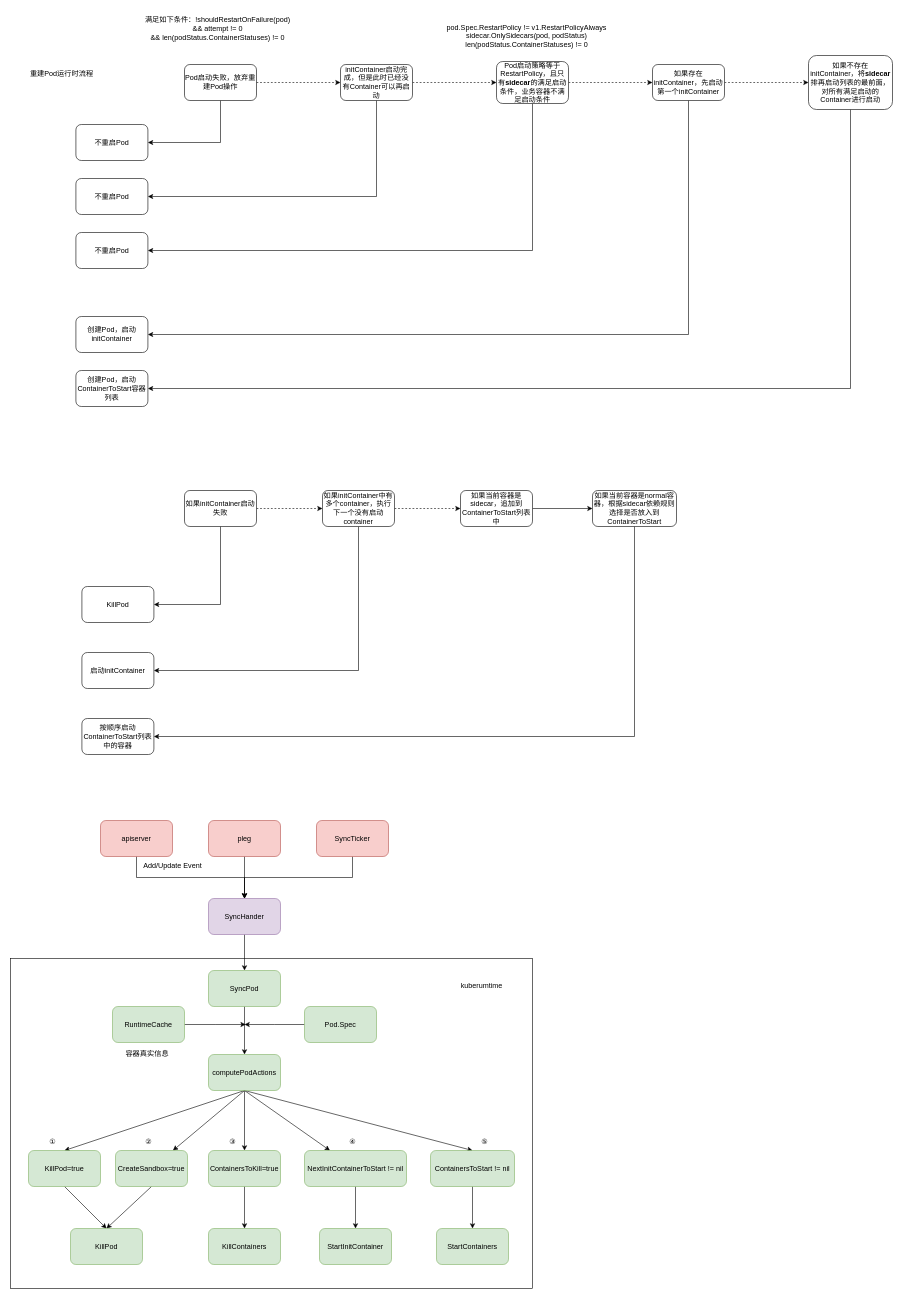
Earlier version of the draw.io diagram page "sidecar整改" (9 of 9) of kubelet/kubelet.drawio (jingrenzhou/drawio). Source tidied: cells renumbered, new cells numbered last; positions are measured from the earlier drawing's top-left corner, leaving out a move shared by most shapes. Both pictures are drawn from the tidied source at 60%, with x=0, y=0 at pixel (10, 10).
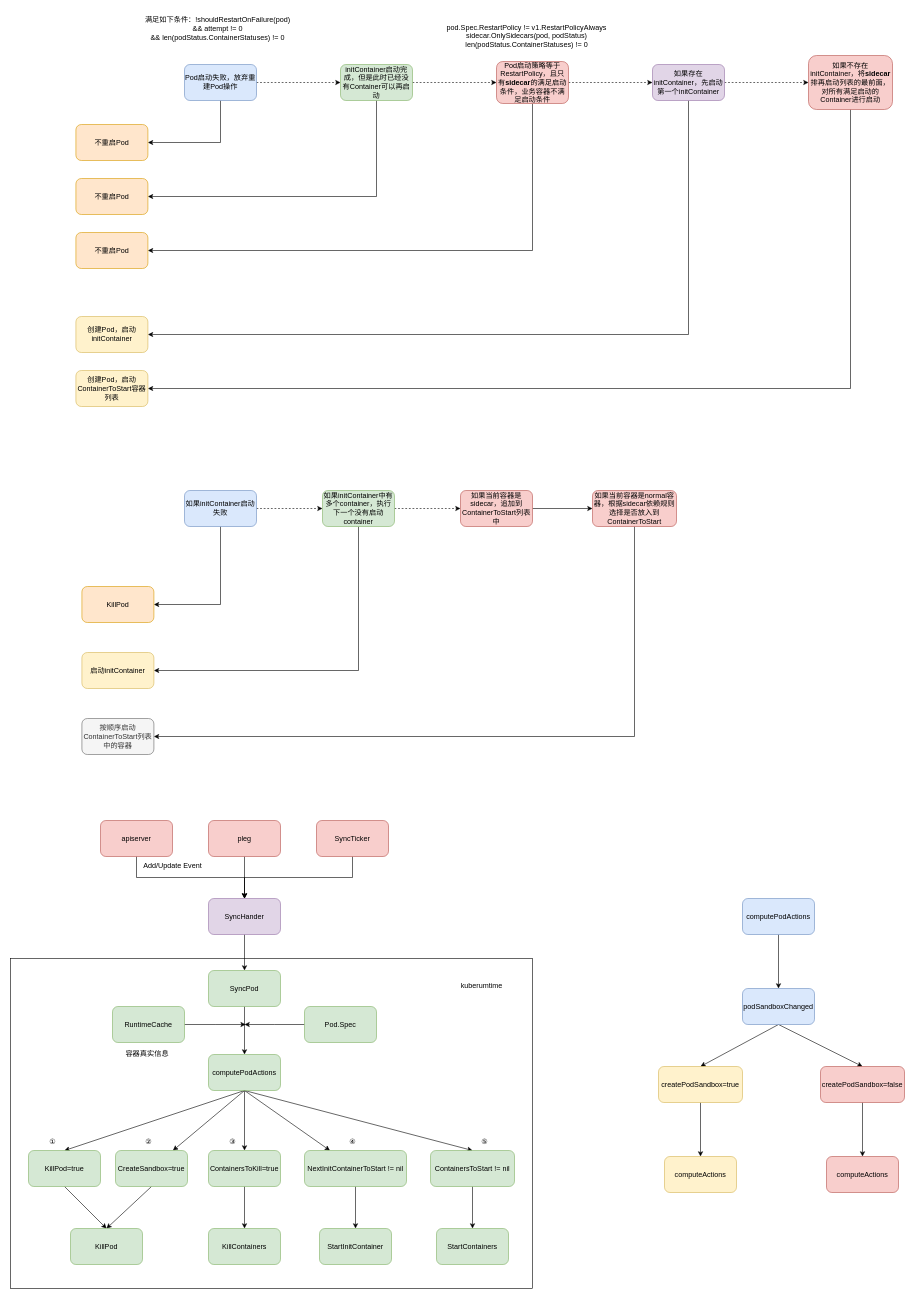
The same page after the edit.

The edit, as a diff of the source:
```diff
@@
-    <mxCell id="5" value="Pod启动失败，放弃重建Pod操作" style="rounded=1;whiteSpace=wrap;html=1;" parent="1" vertex="1">
+    <mxCell id="5" value="Pod启动失败，放弃重建Pod操作" style="rounded=1;whiteSpace=wrap;html=1;fillColor=#dae8fc;strokeColor=#6c8ebf;" parent="1" vertex="1">
       <mxGeometry x="290" y="90" width="120" height="60" as="geometry" />
     </mxCell>
@@
-    <mxCell id="9" value="initContainer启动完成，但是此时已经没有Container可以再启动" style="rounded=1;whiteSpace=wrap;html=1;" parent="1" vertex="1">
+    <mxCell id="9" value="initContainer启动完成，但是此时已经没有Container可以再启动" style="rounded=1;whiteSpace=wrap;html=1;fillColor=#d5e8d4;strokeColor=#82b366;" parent="1" vertex="1">
       <mxGeometry x="550" y="90" width="120" height="60" as="geometry" />
     </mxCell>
@@
-    <mxCell id="12" value="Pod启动策略等于RestartPolicy，且只有&lt;b&gt;sidecar&lt;/b&gt;的满足启动条件，业务容器不满足启动条件" style="rounded=1;whiteSpace=wrap;html=1;" parent="1" vertex="1">
+    <mxCell id="12" value="Pod启动策略等于RestartPolicy，且只有&lt;b&gt;sidecar&lt;/b&gt;的满足启动条件，业务容器不满足启动条件" style="rounded=1;whiteSpace=wrap;html=1;fillColor=#f8cecc;strokeColor=#b85450;" parent="1" vertex="1">
       <mxGeometry x="810" y="85" width="120" height="70" as="geometry" />
     </mxCell>
@@
-    <mxCell id="16" value="如果存在initContainer，先启动第一个initContainer" style="rounded=1;whiteSpace=wrap;html=1;" parent="1" vertex="1">
+    <mxCell id="16" value="如果存在initContainer，先启动第一个initContainer" style="rounded=1;whiteSpace=wrap;html=1;fillColor=#e1d5e7;strokeColor=#9673a6;" parent="1" vertex="1">
       <mxGeometry x="1070" y="90" width="120" height="60" as="geometry" />
     </mxCell>
@@
-    <mxCell id="18" value="如果不存在initContainer，将&lt;b&gt;sidecar&lt;/b&gt;排再启动列表的最前面，对所有满足启动的Container进行启动" style="rounded=1;whiteSpace=wrap;html=1;" parent="1" vertex="1">
+    <mxCell id="18" value="如果不存在initContainer，将&lt;b&gt;sidecar&lt;/b&gt;排再启动列表的最前面，对所有满足启动的Container进行启动" style="rounded=1;whiteSpace=wrap;html=1;fillColor=#f8cecc;strokeColor=#b85450;" parent="1" vertex="1">
       <mxGeometry x="1330" y="75" width="140" height="90" as="geometry" />
     </mxCell>
-    <mxCell id="19" value="不重启Pod" style="rounded=1;whiteSpace=wrap;html=1;" parent="1" vertex="1">
+    <mxCell id="19" value="不重启Pod" style="rounded=1;whiteSpace=wrap;html=1;fillColor=#ffe6cc;strokeColor=#d79b00;" parent="1" vertex="1">
       <mxGeometry x="109" y="190" width="120" height="60" as="geometry" />
     </mxCell>
-    <mxCell id="20" value="创建Pod，启动initContainer" style="rounded=1;whiteSpace=wrap;html=1;" parent="1" vertex="1">
+    <mxCell id="20" value="创建Pod，启动initContainer" style="rounded=1;whiteSpace=wrap;html=1;fillColor=#fff2cc;strokeColor=#d6b656;" parent="1" vertex="1">
       <mxGeometry x="109" y="510" width="120" height="60" as="geometry" />
     </mxCell>
-    <mxCell id="21" value="不重启Pod" style="rounded=1;whiteSpace=wrap;html=1;" parent="1" vertex="1">
+    <mxCell id="21" value="不重启Pod" style="rounded=1;whiteSpace=wrap;html=1;fillColor=#ffe6cc;strokeColor=#d79b00;" parent="1" vertex="1">
       <mxGeometry x="109" y="280" width="120" height="60" as="geometry" />
     </mxCell>
-    <mxCell id="22" value="不重启Pod" style="rounded=1;whiteSpace=wrap;html=1;" parent="1" vertex="1">
+    <mxCell id="22" value="不重启Pod" style="rounded=1;whiteSpace=wrap;html=1;fillColor=#ffe6cc;strokeColor=#d79b00;" parent="1" vertex="1">
       <mxGeometry x="109" y="370" width="120" height="60" as="geometry" />
     </mxCell>
-    <mxCell id="23" value="创建Pod，启动ContainerToStart容器列表" style="rounded=1;whiteSpace=wrap;html=1;" parent="1" vertex="1">
+    <mxCell id="23" value="创建Pod，启动ContainerToStart容器列表" style="rounded=1;whiteSpace=wrap;html=1;fillColor=#fff2cc;strokeColor=#d6b656;" parent="1" vertex="1">
       <mxGeometry x="109" y="600" width="120" height="60" as="geometry" />
     </mxCell>
-    <mxCell id="24" value="重建Pod运行时流程" style="text;html=1;align=center;verticalAlign=middle;strokeColor=none;fillColor=none;" parent="1" vertex="1">
-      <mxGeometry x="20" y="90" width="130" height="30" as="geometry" />
-    </mxCell>
@@
-    <mxCell id="27" value="如果initContainer启动失败" style="rounded=1;whiteSpace=wrap;html=1;" parent="1" vertex="1">
+    <mxCell id="27" value="如果initContainer启动失败" style="rounded=1;whiteSpace=wrap;html=1;fillColor=#dae8fc;strokeColor=#6c8ebf;" parent="1" vertex="1">
       <mxGeometry x="290" y="800" width="120" height="60" as="geometry" />
     </mxCell>
-    <mxCell id="28" value="KillPod" style="rounded=1;whiteSpace=wrap;html=1;" parent="1" vertex="1">
+    <mxCell id="28" value="KillPod" style="rounded=1;whiteSpace=wrap;html=1;fillColor=#ffe6cc;strokeColor=#d79b00;" parent="1" vertex="1">
       <mxGeometry x="119" y="960" width="120" height="60" as="geometry" />
     </mxCell>
@@
-    <mxCell id="31" value="如果initContainer中有多个container，执行下一个没有启动container" style="rounded=1;whiteSpace=wrap;html=1;" parent="1" vertex="1">
+    <mxCell id="31" value="如果initContainer中有多个container，执行下一个没有启动container" style="rounded=1;whiteSpace=wrap;html=1;fillColor=#d5e8d4;strokeColor=#82b366;" parent="1" vertex="1">
       <mxGeometry x="520" y="800" width="120" height="60" as="geometry" />
     </mxCell>
@@
-    <mxCell id="33" value="如果当前容器是sidecar，追加到ContainerToStart列表中" style="rounded=1;whiteSpace=wrap;html=1;" parent="1" vertex="1">
+    <mxCell id="33" value="如果当前容器是sidecar，追加到ContainerToStart列表中" style="rounded=1;whiteSpace=wrap;html=1;fillColor=#f8cecc;strokeColor=#b85450;" parent="1" vertex="1">
       <mxGeometry x="750" y="800" width="120" height="60" as="geometry" />
     </mxCell>
@@
-    <mxCell id="35" value="如果当前容器是normal容器，根据sidecar依赖规则选择是否放入到ContainerToStart" style="rounded=1;whiteSpace=wrap;html=1;" parent="1" vertex="1">
+    <mxCell id="35" value="如果当前容器是normal容器，根据sidecar依赖规则选择是否放入到ContainerToStart" style="rounded=1;whiteSpace=wrap;html=1;fillColor=#f8cecc;strokeColor=#b85450;" parent="1" vertex="1">
       <mxGeometry x="970" y="800" width="140" height="60" as="geometry" />
     </mxCell>
-    <mxCell id="36" value="按顺序启动ContainerToStart列表中的容器" style="rounded=1;whiteSpace=wrap;html=1;" parent="1" vertex="1">
+    <mxCell id="36" value="按顺序启动ContainerToStart列表中的容器" style="rounded=1;whiteSpace=wrap;html=1;fillColor=#f5f5f5;strokeColor=#666666;fontColor=#333333;" parent="1" vertex="1">
       <mxGeometry x="119" y="1180" width="120" height="60" as="geometry" />
     </mxCell>
-    <mxCell id="37" value="启动initContainer" style="rounded=1;whiteSpace=wrap;html=1;" parent="1" vertex="1">
+    <mxCell id="37" value="启动initContainer" style="rounded=1;whiteSpace=wrap;html=1;fillColor=#fff2cc;strokeColor=#d6b656;" parent="1" vertex="1">
       <mxGeometry x="119" y="1070" width="120" height="60" as="geometry" />
     </mxCell>
@@
+    <mxCell id="80" style="edgeStyle=orthogonalEdgeStyle;rounded=0;jettySize=auto;html=1;exitX=0.5;exitY=1;exitDx=0;exitDy=0;" parent="1" edge="1" source="81" target="84">
+      <mxGeometry relative="1" as="geometry" />
+    </mxCell>
+    <mxCell id="81" value="computePodActions" style="rounded=1;whiteSpace=wrap;html=1;fillColor=#dae8fc;strokeColor=#6c8ebf;" parent="1" vertex="1">
+      <mxGeometry x="1220" y="1480" width="120" height="60" as="geometry" />
+    </mxCell>
+    <mxCell id="82" style="rounded=0;jettySize=auto;html=1;exitX=0.5;exitY=1;exitDx=0;exitDy=0;entryX=0.5;entryY=0;entryDx=0;entryDy=0;" parent="1" edge="1" source="84" target="86">
+      <mxGeometry relative="1" as="geometry" />
+    </mxCell>
+    <mxCell id="83" style="rounded=0;jettySize=auto;html=1;exitX=0.5;exitY=1;exitDx=0;exitDy=0;entryX=0.5;entryY=0;entryDx=0;entryDy=0;" parent="1" edge="1" source="84" target="88">
+      <mxGeometry relative="1" as="geometry" />
+    </mxCell>
+    <mxCell id="84" value="podSandboxChanged" style="rounded=1;whiteSpace=wrap;html=1;fillColor=#dae8fc;strokeColor=#6c8ebf;" parent="1" vertex="1">
+      <mxGeometry x="1220" y="1630" width="120" height="60" as="geometry" />
+    </mxCell>
+    <mxCell id="85" style="edgeStyle=orthogonalEdgeStyle;rounded=0;jettySize=auto;html=1;exitX=0.5;exitY=1;exitDx=0;exitDy=0;" parent="1" edge="1" source="86" target="89">
+      <mxGeometry relative="1" as="geometry" />
+    </mxCell>
+    <mxCell id="86" value="createPodSandbox=true" style="rounded=1;whiteSpace=wrap;html=1;fillColor=#fff2cc;strokeColor=#d6b656;" parent="1" vertex="1">
+      <mxGeometry x="1080" y="1760" width="140" height="60" as="geometry" />
+    </mxCell>
+    <mxCell id="87" style="edgeStyle=orthogonalEdgeStyle;rounded=0;jettySize=auto;html=1;exitX=0.5;exitY=1;exitDx=0;exitDy=0;entryX=0.5;entryY=0;entryDx=0;entryDy=0;" parent="1" edge="1" source="88" target="90">
+      <mxGeometry relative="1" as="geometry" />
+    </mxCell>
+    <mxCell id="88" value="createPodSandbox=false" style="rounded=1;whiteSpace=wrap;html=1;fillColor=#f8cecc;strokeColor=#b85450;" parent="1" vertex="1">
+      <mxGeometry x="1350" y="1760" width="140" height="60" as="geometry" />
+    </mxCell>
+    <mxCell id="89" value="computeActions" style="rounded=1;whiteSpace=wrap;html=1;fillColor=#fff2cc;strokeColor=#d6b656;" parent="1" vertex="1">
+      <mxGeometry x="1090" y="1910" width="120" height="60" as="geometry" />
+    </mxCell>
+    <mxCell id="90" value="computeActions" style="rounded=1;whiteSpace=wrap;html=1;fillColor=#f8cecc;strokeColor=#b85450;" parent="1" vertex="1">
+      <mxGeometry x="1360" y="1910" width="120" height="60" as="geometry" />
+    </mxCell>
```
